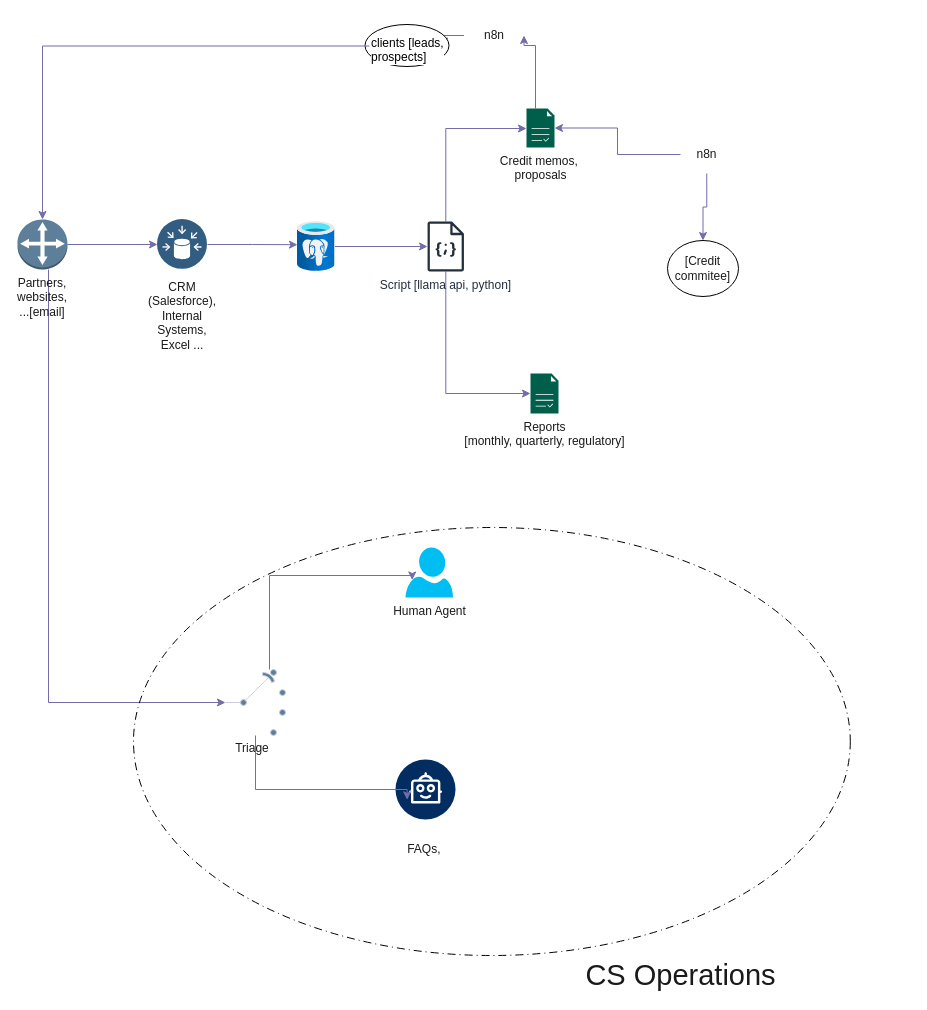
Above: finserve.drawio in Muhozgu/finserve (draw.io), before the change. Source tidied: cells renumbered, new cells numbered last; positions are measured from the earlier drawing's top-left corner, leaving out a move shared by most shapes. Both pictures are drawn from the tidied source at 100%, with x=0, y=0 at pixel (17, 20).
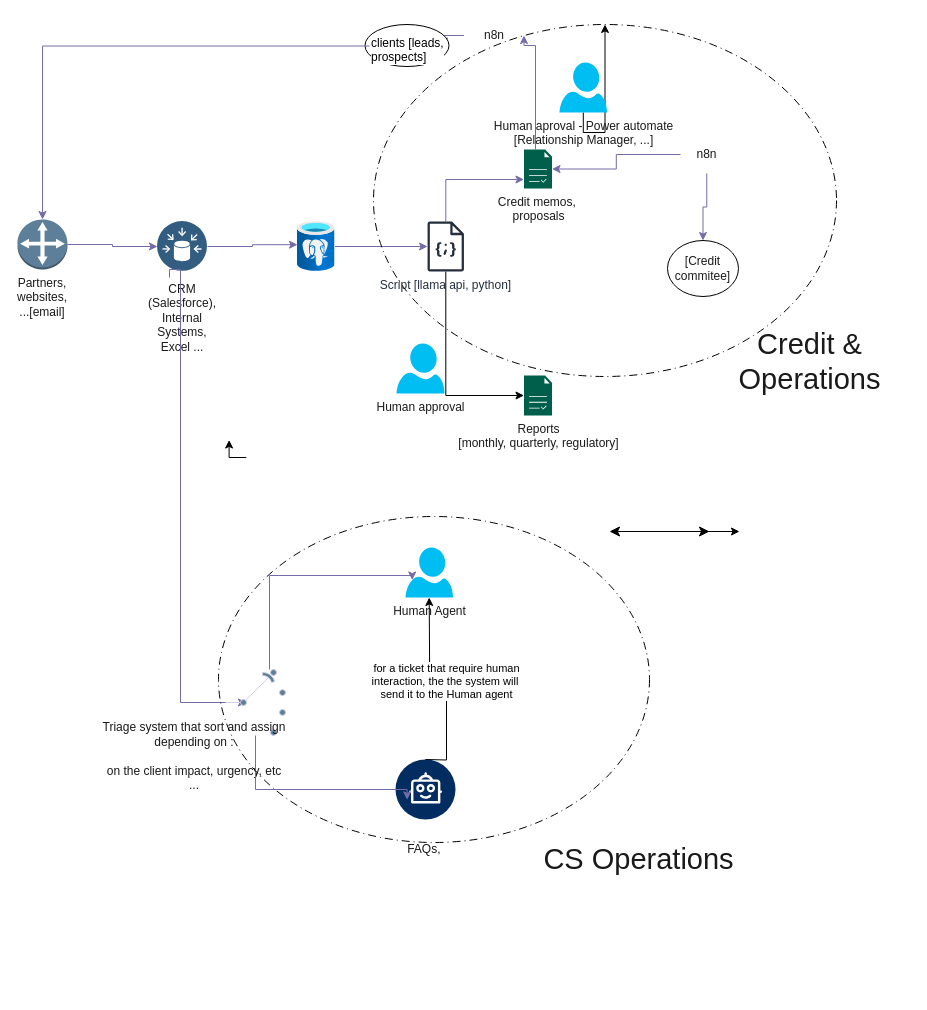
The same page after the edit.

Commit message (it also covers changes not shown here):
credit memo generator implemented successfully! >> proposal generator implementation.

The change refers to these unchanged cells:
```xml
<mxCell id="5" value="&lt;span style=&quot;text-wrap-mode: wrap;&quot;&gt;Partners, websites, ...[email]&lt;/span&gt;" style="outlineConnect=0;dashed=0;verticalLabelPosition=bottom;verticalAlign=top;align=center;html=1;shape=mxgraph.aws3.customer_gateway;fillColor=#5D7F99;fontColor=#1A1A1A;textShadow=0;whiteSpace=wrap;labelBackgroundColor=none;strokeColor=#D0CEE2;" parent="1" vertex="1">
  <mxGeometry y="199" width="50" height="50" as="geometry" />
</mxCell>
<mxCell id="14" value="Script [llama api, python]" style="sketch=0;outlineConnect=0;fontColor=#232F3E;gradientColor=none;fillColor=#232F3D;strokeColor=none;dashed=0;verticalLabelPosition=bottom;verticalAlign=top;align=center;html=1;fontSize=12;fontStyle=0;shape=mxgraph.aws4.json_script;" parent="1" vertex="1">
  <mxGeometry x="410" y="201" width="36.5" height="50" as="geometry" />
</mxCell>
<mxCell id="25" style="verticalLabelPosition=bottom;shadow=0;dashed=0;align=center;html=1;verticalAlign=top;shape=mxgraph.electrical.electro-mechanical.shortingSelectorSwitch2;elSwitchState=1;strokeColor=#D0CEE2;fontColor=#1A1A1A;fillColor=#5D7F99;" parent="1" vertex="1">
  <mxGeometry x="208" y="649" width="60" height="66" as="geometry" />
</mxCell>
```

The edit, as a diff of the source:
```diff
@@
     <mxCell id="2" value="CRM (Salesforce), Internal Systems, Excel ..." style="image;perimeter=ellipsePerimeter;html=1;align=center;shadow=0;dashed=0;fontColor=#1A1A1A;labelBackgroundColor=none;fontSize=12;spacingTop=3;image=img/lib/ibm/data/data_sources.svg;whiteSpace=wrap;labelBorderColor=#FFFFFF;fillColor=#5D7F99;strokeColor=#D0CEE2;" parent="1" vertex="1">
-      <mxGeometry x="140" y="199" width="50" height="50" as="geometry" />
+      <mxGeometry x="140" y="201" width="50" height="50" as="geometry" />
     </mxCell>
@@
-    <mxCell id="4" style="edgeStyle=orthogonalEdgeStyle;rounded=0;jettySize=auto;html=1;entryX=0;entryY=0.5;entryDx=0;entryDy=0;strokeColor=#736CA8;fontColor=#1A1A1A;" parent="1" edge="1" source="5" target="25">
+    <mxCell id="4" style="edgeStyle=orthogonalEdgeStyle;rounded=0;orthogonalLoop=1;jettySize=auto;html=1;entryX=0;entryY=0.5;entryDx=0;entryDy=0;strokeColor=#736CA8;fontColor=#1A1A1A;" parent="1" edge="1">
       <mxGeometry relative="1" as="geometry">
+        <mxPoint x="152" y="257" as="sourcePoint" />
+        <mxPoint x="229" y="682" as="targetPoint" />
         <Array as="points">
-          <mxPoint x="31" y="682" />
+          <mxPoint x="163" y="249" />
+          <mxPoint x="163" y="682" />
         </Array>
       </mxGeometry>
     </mxCell>
@@
     <mxCell id="10" value="Credit memos,&amp;nbsp;&lt;div&gt;proposals&lt;/div&gt;" style="sketch=0;shadow=0;dashed=0;html=1;strokeColor=none;fillColor=#005F4B;labelPosition=center;verticalLabelPosition=bottom;verticalAlign=top;align=center;outlineConnect=0;shape=mxgraph.veeam2.report;fontColor=#1A1A1A;" parent="1" vertex="1">
-      <mxGeometry x="509" y="88" width="28" height="39" as="geometry" />
+      <mxGeometry x="506.5" y="129" width="28" height="39" as="geometry" />
     </mxCell>
     <mxCell id="11" value="Reports&lt;div&gt;[monthly, quarterly, regulatory]&lt;div&gt;&lt;br&gt;&lt;/div&gt;&lt;/div&gt;" style="sketch=0;shadow=0;dashed=0;html=1;strokeColor=none;fillColor=#005F4B;labelPosition=center;verticalLabelPosition=bottom;verticalAlign=top;align=center;outlineConnect=0;shape=mxgraph.veeam2.report;fontColor=#1A1A1A;" parent="1" vertex="1">
-      <mxGeometry x="513" y="353" width="28" height="40" as="geometry" />
+      <mxGeometry x="506.5" y="355" width="28" height="40" as="geometry" />
     </mxCell>
     <mxCell id="12" style="edgeStyle=orthogonalEdgeStyle;rounded=0;jettySize=auto;html=1;strokeColor=#736CA8;fontColor=#1A1A1A;" parent="1" edge="1" source="14" target="10">
       <mxGeometry relative="1" as="geometry">
         <Array as="points">
-          <mxPoint x="428" y="108" />
+          <mxPoint x="428" y="159" />
         </Array>
       </mxGeometry>
     </mxCell>
-    <mxCell id="13" style="edgeStyle=orthogonalEdgeStyle;rounded=0;jettySize=auto;html=1;strokeColor=#736CA8;fontColor=#1A1A1A;" parent="1" edge="1" source="14" target="11">
+    <mxCell id="13" style="edgeStyle=orthogonalEdgeStyle;rounded=0;jettySize=auto;html=1;endArrow=classic;endFill=1;strokeColor=#000000;" parent="1" edge="1" source="14" target="11">
       <mxGeometry relative="1" as="geometry">
         <Array as="points">
-          <mxPoint x="428" y="373" />
+          <mxPoint x="428" y="375" />
         </Array>
       </mxGeometry>
     </mxCell>
@@
-    <mxCell id="26" value="Triage&lt;div&gt;&lt;br&gt;&lt;/div&gt;" style="text;html=1;whiteSpace=wrap;strokeColor=none;fillColor=none;align=center;verticalAlign=middle;rounded=0;fontColor=#1A1A1A;" parent="1" vertex="1">
-      <mxGeometry x="205" y="720" width="60" height="30" as="geometry" />
+    <mxCell id="26" value="Triage system that sort and assign depending on :&lt;br&gt;&lt;br&gt;on the client impact, urgency, etc ...&lt;div&gt;&lt;div&gt;&lt;br&gt;&lt;/div&gt;&lt;/div&gt;" style="text;html=1;whiteSpace=wrap;strokeColor=none;fillColor=none;align=center;verticalAlign=middle;rounded=0;fontColor=#1A1A1A;" parent="1" vertex="1">
+      <mxGeometry x="83" y="728" width="188" height="30" as="geometry" />
     </mxCell>
@@
     <mxCell id="30" style="ellipse;whiteSpace=wrap;html=1;strokeColor=#000000;fontColor=#1A1A1A;fillColor=none;labelBackgroundColor=light-dark(#FFFFFF,#FFFFFF);gradientColor=none;dashed=1;dashPattern=8 4 1 4;" parent="1" vertex="1">
-      <mxGeometry x="116" y="507" width="716.8" height="428" as="geometry" />
+      <mxGeometry x="201" y="496" width="431" height="326" as="geometry" />
     </mxCell>
     <mxCell id="31" value="CS Operations" style="text;html=1;whiteSpace=wrap;strokeColor=none;fillColor=none;align=center;verticalAlign=middle;rounded=0;fontColor=#1A1A1A;fontSize=29;" parent="1" vertex="1">
-      <mxGeometry x="564" y="940" width="199" height="30" as="geometry" />
+      <mxGeometry x="522" y="824" width="199" height="30" as="geometry" />
     </mxCell>
+    <mxCell id="32" style="edgeStyle=orthogonalEdgeStyle;rounded=0;jettySize=auto;html=1;" parent="1" edge="1" source="33" target="36">
+      <mxGeometry relative="1" as="geometry" />
+    </mxCell>
+    <mxCell id="33" value="&lt;div&gt;Human aproval - Power automate&lt;/div&gt;&lt;div&gt;[Relationship Manager, ...]&lt;/div&gt;" style="verticalLabelPosition=bottom;html=1;verticalAlign=top;align=center;strokeColor=none;fillColor=#00BEF2;shape=mxgraph.azure.user;fontColor=#1A1A1A;" parent="1" vertex="1">
+      <mxGeometry x="542" y="42" width="47.5" height="50" as="geometry" />
+    </mxCell>
+    <mxCell id="34" style="edgeStyle=orthogonalEdgeStyle;rounded=0;orthogonalLoop=1;jettySize=auto;html=1;exitX=0.5;exitY=1;exitDx=0;exitDy=0;exitPerimeter=0;entryX=0.14;entryY=0.65;entryDx=0;entryDy=0;entryPerimeter=0;" parent="1" edge="1">
+      <mxGeometry relative="1" as="geometry">
+        <mxPoint x="228.8" y="437" as="sourcePoint" />
+        <mxPoint x="211.6" y="419.5" as="targetPoint" />
+      </mxGeometry>
+    </mxCell>
+    <mxCell id="35" value="&lt;div&gt;Human approval&lt;/div&gt;" style="verticalLabelPosition=bottom;html=1;verticalAlign=top;align=center;strokeColor=none;fillColor=#00BEF2;shape=mxgraph.azure.user;fontColor=#1A1A1A;" parent="1" vertex="1">
+      <mxGeometry x="379" y="323" width="48" height="50" as="geometry" />
+    </mxCell>
+    <mxCell id="36" style="ellipse;whiteSpace=wrap;html=1;strokeColor=#000000;fontColor=#1A1A1A;fillColor=none;labelBackgroundColor=light-dark(#FFFFFF,#FFFFFF);gradientColor=none;dashed=1;dashPattern=8 4 1 4;" parent="1" vertex="1">
+      <mxGeometry x="356" y="4" width="463" height="352" as="geometry" />
+    </mxCell>
+    <mxCell id="37" value="Credit &amp;amp; Operations" style="text;html=1;whiteSpace=wrap;strokeColor=none;fillColor=none;align=center;verticalAlign=middle;rounded=0;fontColor=#1A1A1A;fontSize=29;" parent="1" vertex="1">
+      <mxGeometry x="693" y="326" width="199" height="30" as="geometry" />
+    </mxCell>
+    <mxCell id="38" value="for a ticket that require human&lt;div&gt;interaction, the the system will&amp;nbsp;&lt;/div&gt;&lt;div&gt;send it to the Human agent&lt;/div&gt;" style="edgeStyle=orthogonalEdgeStyle;rounded=0;orthogonalLoop=1;jettySize=auto;html=1;entryX=0.5;entryY=1;entryDx=0;entryDy=0;entryPerimeter=0;strokeColor=#000000;" parent="1" edge="1">
+      <mxGeometry relative="1" as="geometry">
+        <mxPoint x="408" y="739" as="sourcePoint" />
+        <mxPoint x="411.7" y="577" as="targetPoint" />
+      </mxGeometry>
+    </mxCell>
+    <mxCell id="39" style="edgeStyle=none;orthogonalLoop=1;jettySize=auto;html=1;endArrow=classic;startArrow=classic;endSize=8;startSize=8;rounded=0;" parent="1" edge="1">
+      <mxGeometry relative="1" as="geometry">
+        <mxPoint x="592" y="511" as="sourcePoint" />
+        <mxPoint x="692" y="511" as="targetPoint" />
+      </mxGeometry>
+    </mxCell>
+    <mxCell id="40" style="edgeStyle=none;orthogonalLoop=1;jettySize=auto;html=1;rounded=0;" parent="1" edge="1">
+      <mxGeometry relative="1" as="geometry">
+        <mxPoint x="642" y="511" as="sourcePoint" />
+        <mxPoint x="722" y="511" as="targetPoint" />
+      </mxGeometry>
+    </mxCell>
```
